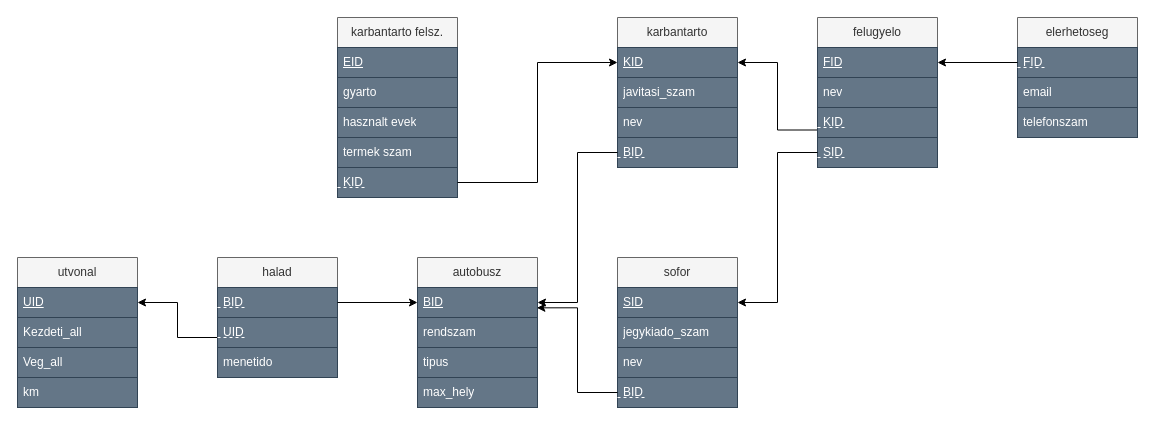
Earlier version of the draw.io diagram DBSemTaskHR6121/RMHR6121.drawio (HonDaniel/HR6121_DB1Gyak). Source tidied: cells renumbered, new cells numbered last; positions are measured from the earlier drawing's top-left corner, leaving out a move shared by most shapes. Both pictures are drawn from the tidied source at 100%, with x=0, y=0 at pixel (17, 17).
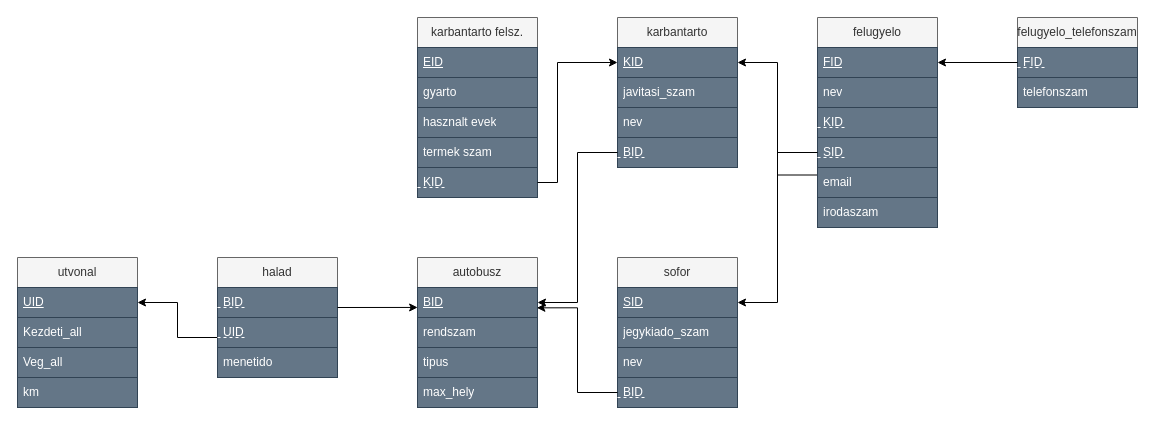
The same page after the edit.

The change refers to these unchanged cells:
```xml
<mxCell id="9" value="BID" style="text;strokeColor=#314354;fillColor=#647687;align=left;verticalAlign=middle;spacingLeft=4;spacingRight=4;overflow=hidden;points=[[0,0.5],[1,0.5]];portConstraint=eastwest;whiteSpace=wrap;html=1;fontColor=#ffffff;" parent="8" vertex="1">
  <mxGeometry y="30" width="120" height="30" as="geometry" />
</mxCell>
<mxCell id="15" value="&lt;u&gt;BID&lt;/u&gt;" style="text;strokeColor=#314354;fillColor=#647687;align=left;verticalAlign=middle;spacingLeft=4;spacingRight=4;overflow=hidden;points=[[0,0.5],[1,0.5]];portConstraint=eastwest;whiteSpace=wrap;html=1;fontColor=#ffffff;" parent="14" vertex="1">
  <mxGeometry y="30" width="120" height="30" as="geometry" />
</mxCell>
<mxCell id="28" value="&lt;u&gt;KID&lt;/u&gt;" style="text;strokeColor=#314354;fillColor=#647687;align=left;verticalAlign=middle;spacingLeft=4;spacingRight=4;overflow=hidden;points=[[0,0.5],[1,0.5]];portConstraint=eastwest;whiteSpace=wrap;html=1;fontColor=#ffffff;" parent="27" vertex="1">
  <mxGeometry y="30" width="120" height="30" as="geometry" />
</mxCell>
<mxCell id="55" value="KID" style="text;strokeColor=#314354;fillColor=#647687;align=left;verticalAlign=middle;spacingLeft=4;spacingRight=4;overflow=hidden;points=[[0,0.5],[1,0.5]];portConstraint=eastwest;whiteSpace=wrap;html=1;fontColor=#ffffff;" parent="49" vertex="1">
  <mxGeometry y="150" width="120" height="30" as="geometry" />
</mxCell>
```

Diff of the diagram source:
```diff
@@
-    <mxCell id="19" style="edgeStyle=orthogonalEdgeStyle;rounded=0;jettySize=auto;html=1;exitX=1;exitY=0.5;exitDx=0;exitDy=0;entryX=0;entryY=0.5;entryDx=0;entryDy=0;" parent="1" edge="1" source="9" target="15">
-      <mxGeometry relative="1" as="geometry" />
+    <mxCell id="19" style="edgeStyle=orthogonalEdgeStyle;rounded=0;jettySize=auto;html=1;entryX=0.001;entryY=0.665;entryDx=0;entryDy=0;entryPerimeter=0;" parent="1" edge="1" target="15">
+      <mxGeometry relative="1" as="geometry">
+        <mxPoint x="320" y="290" as="sourcePoint" />
+        <Array as="points">
+          <mxPoint x="320" y="290" />
+        </Array>
+      </mxGeometry>
     </mxCell>
@@
     <mxCell id="34" value="felugyelo" style="swimlane;fontStyle=0;horizontal=1;startSize=30;whiteSpace=wrap;html=1;fillColor=#f5f5f5;fontColor=#333333;strokeColor=#666666;" parent="1" vertex="1">
-      <mxGeometry x="800" width="120" height="150" as="geometry" />
+      <mxGeometry x="800" width="120" height="210" as="geometry" />
     </mxCell>
@@
+    <mxCell id="46" value="email" style="text;strokeColor=#314354;fillColor=#647687;align=left;verticalAlign=middle;spacingLeft=4;spacingRight=4;overflow=hidden;whiteSpace=wrap;html=1;fontColor=#ffffff;" parent="34" vertex="1">
+      <mxGeometry y="150" width="120" height="30" as="geometry" />
+    </mxCell>
+    <mxCell id="47" value="irodaszam" style="text;strokeColor=#314354;fillColor=#647687;align=left;verticalAlign=middle;spacingLeft=4;spacingRight=4;overflow=hidden;whiteSpace=wrap;html=1;fontColor=#ffffff;" parent="34" vertex="1">
+      <mxGeometry y="180" width="120" height="30" as="geometry" />
+    </mxCell>
@@
-    <mxCell id="43" value="elerhetoseg" style="swimlane;fontStyle=0;horizontal=1;startSize=30;whiteSpace=wrap;html=1;fillColor=#f5f5f5;fontColor=#333333;strokeColor=#666666;" parent="1" vertex="1">
-      <mxGeometry x="1000" width="120" height="120" as="geometry" />
+    <mxCell id="43" value="felugyelo_telefonszam" style="swimlane;fontStyle=0;horizontal=1;startSize=30;whiteSpace=wrap;html=1;fillColor=#f5f5f5;fontColor=#333333;strokeColor=#666666;" parent="1" vertex="1">
+      <mxGeometry x="1000" width="120" height="90" as="geometry" />
     </mxCell>
@@
-    <mxCell id="46" value="email" style="text;strokeColor=#314354;fillColor=#647687;align=left;verticalAlign=middle;spacingLeft=4;spacingRight=4;overflow=hidden;whiteSpace=wrap;html=1;fontColor=#ffffff;" parent="43" vertex="1">
-      <mxGeometry y="60" width="120" height="30" as="geometry" />
-    </mxCell>
-    <mxCell id="47" value="telefonszam" style="text;strokeColor=#314354;fillColor=#647687;align=left;verticalAlign=middle;spacingLeft=4;spacingRight=4;overflow=hidden;whiteSpace=wrap;html=1;fontColor=#ffffff;" parent="43" vertex="1">
-      <mxGeometry y="90" width="120" height="30" as="geometry" />
-    </mxCell>
+    <mxCell id="60" value="telefonszam" style="text;strokeColor=#314354;fillColor=#647687;align=left;verticalAlign=middle;spacingLeft=4;spacingRight=4;overflow=hidden;whiteSpace=wrap;html=1;fontColor=#ffffff;" parent="43" vertex="1">
+      <mxGeometry y="60" width="120" height="30" as="geometry" />
+    </mxCell>
@@
     <mxCell id="49" value="karbantarto felsz." style="swimlane;fontStyle=0;horizontal=1;startSize=30;whiteSpace=wrap;html=1;fillColor=#f5f5f5;fontColor=#333333;strokeColor=#666666;" parent="1" vertex="1">
-      <mxGeometry x="320" width="120" height="180" as="geometry" />
+      <mxGeometry x="400" width="120" height="180" as="geometry" />
     </mxCell>
@@
     <mxCell id="59" style="edgeStyle=orthogonalEdgeStyle;rounded=0;jettySize=auto;html=1;exitX=1;exitY=0.5;exitDx=0;exitDy=0;entryX=0;entryY=0.5;entryDx=0;entryDy=0;" parent="1" edge="1" source="55" target="28">
-      <mxGeometry relative="1" as="geometry" />
+      <mxGeometry relative="1" as="geometry">
+        <Array as="points">
+          <mxPoint x="540" y="165" />
+          <mxPoint x="540" y="45" />
+        </Array>
+      </mxGeometry>
     </mxCell>
```
